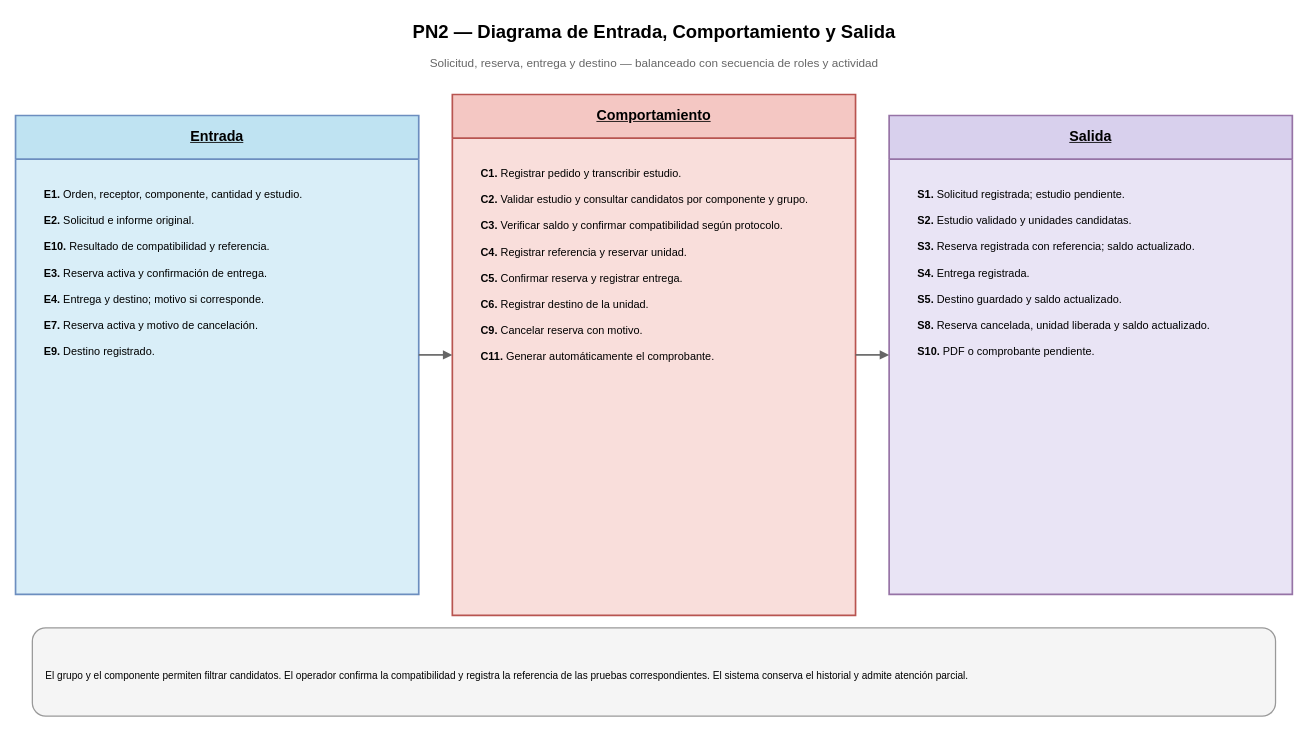
Earlier version of the draw.io diagram Diagramas/Secuencia de Roles/PN2_DiagramaEntradaComportamientoSalida.drawio (juanNH/Ingenieria-de-Software). Source tidied: cells renumbered, new cells numbered last; positions are measured from the earlier drawing's top-left corner, leaving out a move shared by most shapes. Both pictures are drawn from the tidied source at 84%, with x=0, y=0 at pixel (15, 14).
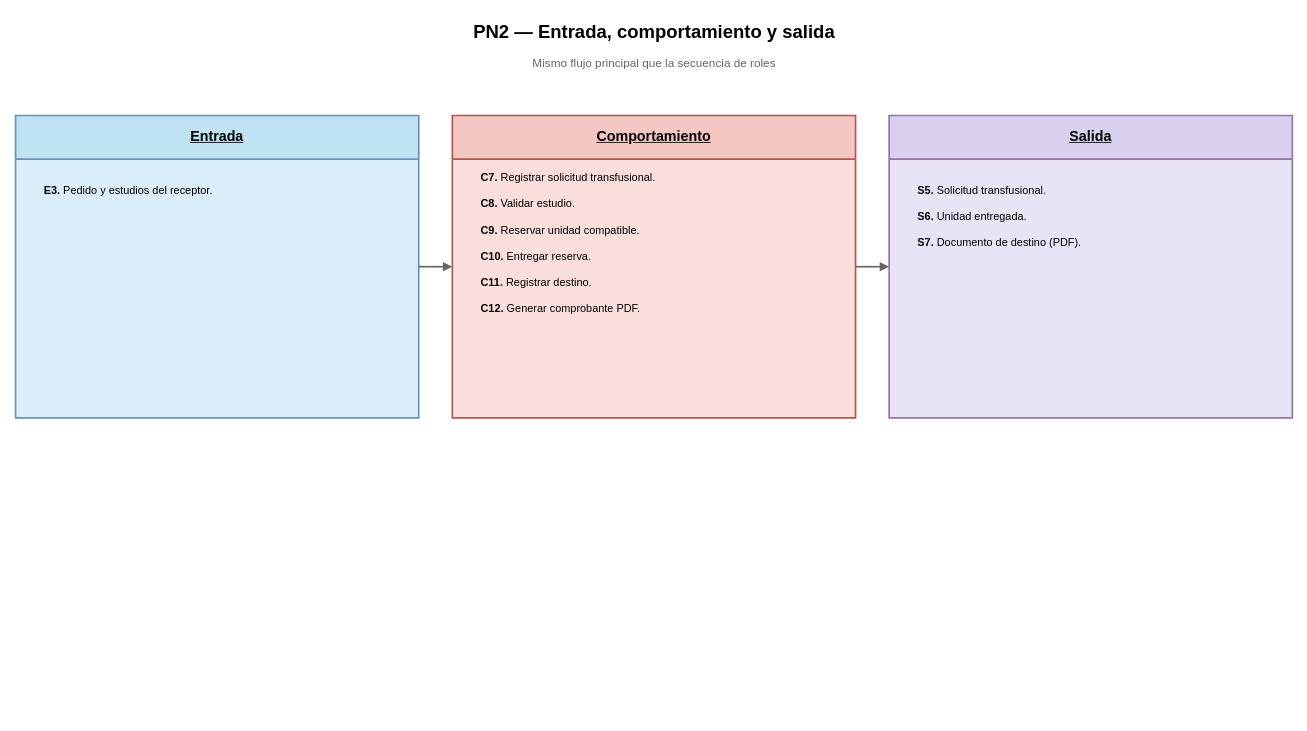
Above is the later version.

Diff of the diagram source:
```diff
@@
 <mxGraphModel>
   <root>
     <mxCell id="0" />
     <mxCell id="1" parent="0" />
-    <mxCell id="2" value="PN2 — Diagrama de Entrada, Comportamiento y Salida" style="text;html=1;strokeColor=none;fillColor=none;fontStyle=1;fontSize=22;align=center;verticalAlign=middle;fontFamily=Arial;" parent="1" vertex="1">
+    <mxCell id="2" value="PN2 — Entrada, comportamiento y salida" style="text;html=1;strokeColor=none;fillColor=none;fontStyle=1;fontSize=22;align=center;verticalAlign=middle;fontFamily=Arial;" parent="1" vertex="1">
       <mxGeometry x="190" width="1140" height="42" as="geometry" />
     </mxCell>
-    <mxCell id="3" value="Solicitud, reserva, entrega y destino — balanceado con secuencia de roles y actividad" style="text;html=1;strokeColor=none;fillColor=none;fontSize=14;align=center;verticalAlign=middle;fontColor=#666666;fontFamily=Arial;" parent="1" vertex="1">
+    <mxCell id="3" value="Mismo flujo principal que la secuencia de roles" style="text;html=1;strokeColor=none;fillColor=none;fontSize=14;align=center;verticalAlign=middle;fontColor=#666666;fontFamily=Arial;" parent="1" vertex="1">
       <mxGeometry x="130" y="44" width="1260" height="28" as="geometry" />
     </mxCell>
     <mxCell id="4" value="&lt;b&gt;&lt;u&gt;Entrada&lt;/u&gt;&lt;/b&gt;" style="swimlane;horizontal=1;startSize=52;whiteSpace=wrap;html=1;rounded=0;fillColor=#bfe3f2;swimlaneFillColor=#d9eef8;strokeColor=#6c8ebf;strokeWidth=2;fontSize=17;fontFamily=Arial;align=center;verticalAlign=middle;" parent="1" vertex="1">
-      <mxGeometry y="120" width="480" height="570" as="geometry" />
+      <mxGeometry y="120" width="480" height="360" as="geometry" />
     </mxCell>
     <mxCell id="5" value="&lt;b&gt;&lt;u&gt;Comportamiento&lt;/u&gt;&lt;/b&gt;" style="swimlane;horizontal=1;startSize=52;whiteSpace=wrap;html=1;rounded=0;fillColor=#f4c7c3;swimlaneFillColor=#f9dedb;strokeColor=#b85450;strokeWidth=2;fontSize=17;fontFamily=Arial;align=center;verticalAlign=middle;" parent="1" vertex="1">
-      <mxGeometry x="520" y="95" width="480" height="620" as="geometry" />
+      <mxGeometry x="520" y="120" width="480" height="360" as="geometry" />
     </mxCell>
     <mxCell id="6" value="&lt;b&gt;&lt;u&gt;Salida&lt;/u&gt;&lt;/b&gt;" style="swimlane;horizontal=1;startSize=52;whiteSpace=wrap;html=1;rounded=0;fillColor=#d8d0ed;swimlaneFillColor=#e9e4f5;strokeColor=#9673a6;strokeWidth=2;fontSize=17;fontFamily=Arial;align=center;verticalAlign=middle;" parent="1" vertex="1">
-      <mxGeometry x="1040" y="120" width="480" height="570" as="geometry" />
+      <mxGeometry x="1040" y="120" width="480" height="360" as="geometry" />
     </mxCell>
-    <mxCell id="7" value="&lt;b&gt;E1.&lt;/b&gt; Orden, receptor, componente, cantidad y estudio.&lt;br&gt;&lt;br&gt;&lt;b&gt;E2.&lt;/b&gt; Solicitud e informe original.&lt;br&gt;&lt;br&gt;&lt;b&gt;E10.&lt;/b&gt; Resultado de compatibilidad y referencia.&lt;br&gt;&lt;br&gt;&lt;b&gt;E3.&lt;/b&gt; Reserva activa y confirmación de entrega.&lt;br&gt;&lt;br&gt;&lt;b&gt;E4.&lt;/b&gt; Entrega y destino; motivo si corresponde.&lt;br&gt;&lt;br&gt;&lt;b&gt;E7.&lt;/b&gt; Reserva activa y motivo de cancelación.&lt;br&gt;&lt;br&gt;&lt;b&gt;E9.&lt;/b&gt; Destino registrado." style="text;html=1;strokeColor=none;fillColor=none;whiteSpace=wrap;fontSize=13;fontFamily=Arial;align=left;verticalAlign=top;spacingLeft=12;spacingRight=12;spacingTop=10;" parent="1" vertex="1">
-      <mxGeometry x="20" y="190" width="440" height="510" as="geometry" />
+    <mxCell id="7" value="&lt;b&gt;E3.&lt;/b&gt; Pedido y estudios del receptor." style="text;html=1;strokeColor=none;fillColor=none;whiteSpace=wrap;fontSize=13;fontFamily=Arial;align=left;verticalAlign=top;spacingLeft=12;spacingRight=12;spacingTop=10;" parent="1" vertex="1">
+      <mxGeometry x="20" y="185" width="440" height="110" as="geometry" />
     </mxCell>
-    <mxCell id="8" value="&lt;b&gt;C1.&lt;/b&gt; Registrar pedido y transcribir estudio.&lt;br&gt;&lt;br&gt;&lt;b&gt;C2.&lt;/b&gt; Validar estudio y consultar candidatos por componente y grupo.&lt;br&gt;&lt;br&gt;&lt;b&gt;C3.&lt;/b&gt; Verificar saldo y confirmar compatibilidad según protocolo.&lt;br&gt;&lt;br&gt;&lt;b&gt;C4.&lt;/b&gt; Registrar referencia y reservar unidad.&lt;br&gt;&lt;br&gt;&lt;b&gt;C5.&lt;/b&gt; Confirmar reserva y registrar entrega.&lt;br&gt;&lt;br&gt;&lt;b&gt;C6.&lt;/b&gt; Registrar destino de la unidad.&lt;br&gt;&lt;br&gt;&lt;b&gt;C9.&lt;/b&gt; Cancelar reserva con motivo.&lt;br&gt;&lt;br&gt;&lt;b&gt;C11.&lt;/b&gt; Generar automáticamente el comprobante." style="text;html=1;strokeColor=none;fillColor=none;whiteSpace=wrap;fontSize=13;fontFamily=Arial;align=left;verticalAlign=top;spacingLeft=12;spacingRight=12;spacingTop=10;" parent="1" vertex="1">
-      <mxGeometry x="540" y="165" width="440" height="540" as="geometry" />
+    <mxCell id="8" value="&lt;b&gt;C7.&lt;/b&gt; Registrar solicitud transfusional.&lt;br&gt;&lt;br&gt;&lt;b&gt;C8.&lt;/b&gt; Validar estudio.&lt;br&gt;&lt;br&gt;&lt;b&gt;C9.&lt;/b&gt; Reservar unidad compatible.&lt;br&gt;&lt;br&gt;&lt;b&gt;C10.&lt;/b&gt; Entregar reserva.&lt;br&gt;&lt;br&gt;&lt;b&gt;C11.&lt;/b&gt; Registrar destino.&lt;br&gt;&lt;br&gt;&lt;b&gt;C12.&lt;/b&gt; Generar comprobante PDF." style="text;html=1;strokeColor=none;fillColor=none;whiteSpace=wrap;fontSize=13;fontFamily=Arial;align=left;verticalAlign=top;spacingLeft=12;spacingRight=12;spacingTop=10;" parent="1" vertex="1">
+      <mxGeometry x="540" y="170" width="440" height="300" as="geometry" />
     </mxCell>
-    <mxCell id="9" value="&lt;b&gt;S1.&lt;/b&gt; Solicitud registrada; estudio pendiente.&lt;br&gt;&lt;br&gt;&lt;b&gt;S2.&lt;/b&gt; Estudio validado y unidades candidatas.&lt;br&gt;&lt;br&gt;&lt;b&gt;S3.&lt;/b&gt; Reserva registrada con referencia; saldo actualizado.&lt;br&gt;&lt;br&gt;&lt;b&gt;S4.&lt;/b&gt; Entrega registrada.&lt;br&gt;&lt;br&gt;&lt;b&gt;S5.&lt;/b&gt; Destino guardado y saldo actualizado.&lt;br&gt;&lt;br&gt;&lt;b&gt;S8.&lt;/b&gt; Reserva cancelada, unidad liberada y saldo actualizado.&lt;br&gt;&lt;br&gt;&lt;b&gt;S10.&lt;/b&gt; PDF o comprobante pendiente." style="text;html=1;strokeColor=none;fillColor=none;whiteSpace=wrap;fontSize=13;fontFamily=Arial;align=left;verticalAlign=top;spacingLeft=12;spacingRight=12;spacingTop=10;" parent="1" vertex="1">
-      <mxGeometry x="1060" y="190" width="440" height="510" as="geometry" />
+    <mxCell id="9" value="&lt;b&gt;S5.&lt;/b&gt; Solicitud transfusional.&lt;br&gt;&lt;br&gt;&lt;b&gt;S6.&lt;/b&gt; Unidad entregada.&lt;br&gt;&lt;br&gt;&lt;b&gt;S7.&lt;/b&gt; Documento de destino (PDF)." style="text;html=1;strokeColor=none;fillColor=none;whiteSpace=wrap;fontSize=13;fontFamily=Arial;align=left;verticalAlign=top;spacingLeft=12;spacingRight=12;spacingTop=10;" parent="1" vertex="1">
+      <mxGeometry x="1060" y="185" width="440" height="175" as="geometry" />
     </mxCell>
     <mxCell id="10" style="edgeStyle=orthogonalEdgeStyle;rounded=0;html=1;endArrow=block;endFill=1;strokeColor=#666666;strokeWidth=2;" parent="1" edge="1">
       <mxGeometry relative="1" as="geometry">
-        <mxPoint x="480" y="405" as="sourcePoint" />
-        <mxPoint x="520" y="405" as="targetPoint" />
+        <mxPoint x="480" y="300" as="sourcePoint" />
+        <mxPoint x="520" y="300" as="targetPoint" />
       </mxGeometry>
     </mxCell>
     <mxCell id="11" style="edgeStyle=orthogonalEdgeStyle;rounded=0;html=1;endArrow=block;endFill=1;strokeColor=#666666;strokeWidth=2;" parent="1" edge="1">
       <mxGeometry relative="1" as="geometry">
-        <mxPoint x="1000" y="405" as="sourcePoint" />
-        <mxPoint x="1040" y="405" as="targetPoint" />
+        <mxPoint x="1000" y="300" as="sourcePoint" />
+        <mxPoint x="1040" y="300" as="targetPoint" />
       </mxGeometry>
     </mxCell>
-    <mxCell id="12" value="El grupo y el componente permiten filtrar candidatos. El operador confirma la compatibilidad y registra la referencia de las pruebas correspondientes. El sistema conserva el historial y admite atención parcial." style="rounded=1;whiteSpace=wrap;html=1;fillColor=#f5f5f5;strokeColor=#999999;strokeWidth=1.5;fontSize=12;fontFamily=Arial;align=left;verticalAlign=middle;spacingLeft=14;spacingRight=14;spacingTop=8;" parent="1" vertex="1">
-      <mxGeometry x="20" y="730" width="1480" height="105" as="geometry" />
-    </mxCell>
   </root>
 </mxGraphModel>
```
